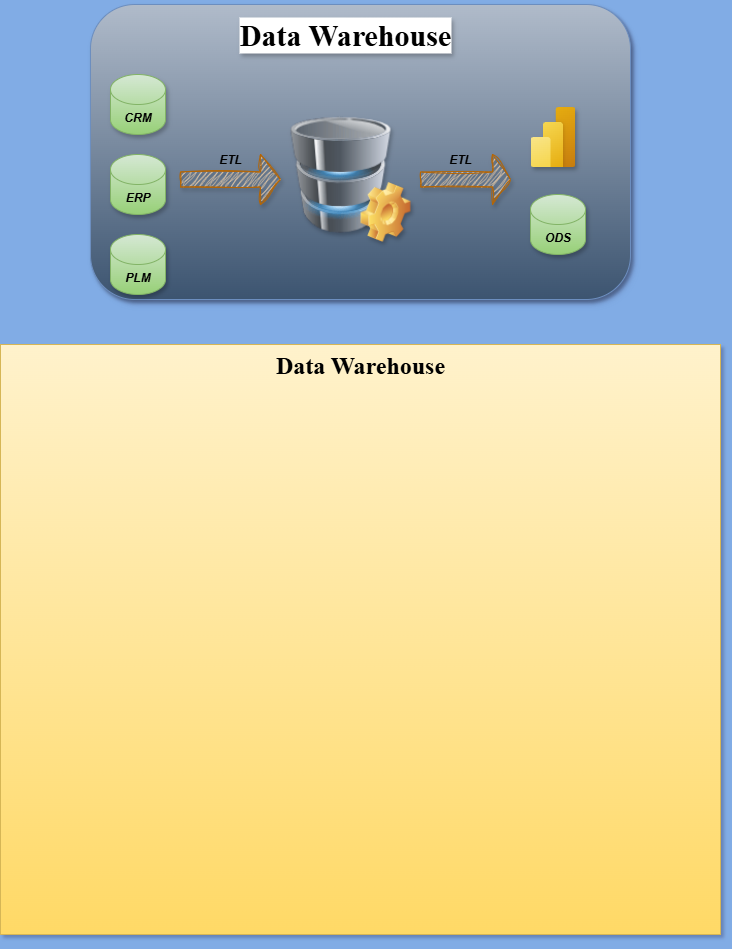
This is Data_Warehouse.drawio.png from adityaanand355/ad-data-docs, a draw.io export, as it was before one commit. Source tidied: cells renumbered, new cells last; positions are measured from the earlier drawing's top-left corner, leaving out a move shared by most shapes.
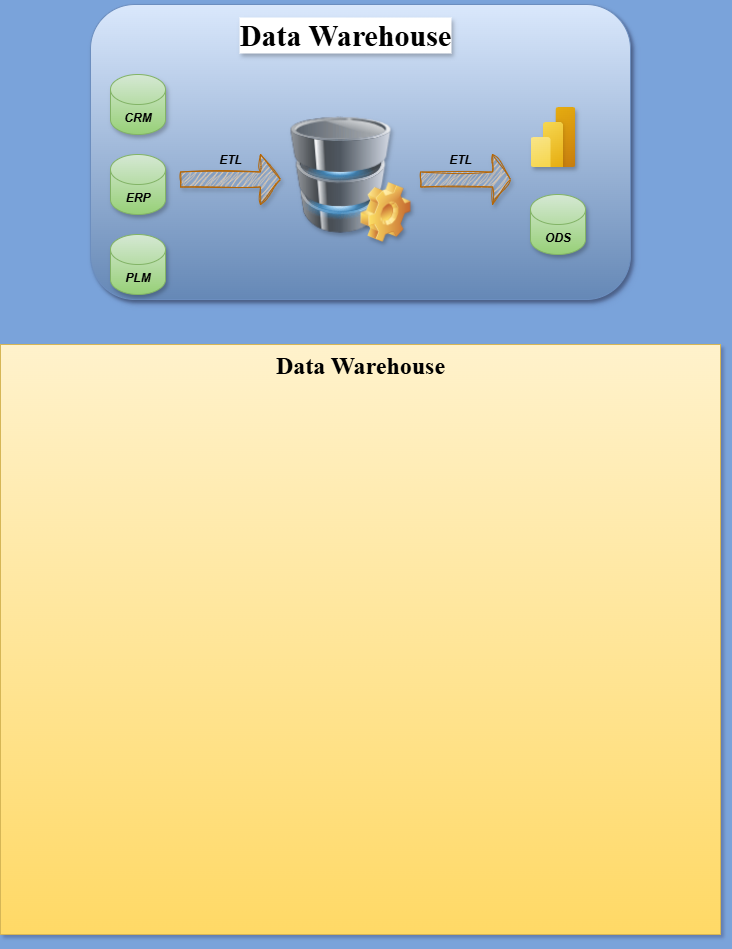
After the change.

The edit, as a diff of the source:
```diff
@@ -1,8 +1,8 @@
-<mxGraphModel background="light-dark(#81ACE5,#5E5B08)" shadow="1">
+<mxGraphModel background="light-dark(#7AA3DA,#5E5B08)" shadow="1">
   <root>
     <mxCell id="0" />
     <mxCell id="1" parent="0" />
-    <mxCell id="2" style="rounded=1;whiteSpace=wrap;html=1;fillColor=#B0BBCA;strokeColor=#6c8ebf;gradientColor=#3C5470;glass=0;shadow=1;" parent="1" vertex="1">
+    <mxCell id="2" style="rounded=1;whiteSpace=wrap;html=1;fillColor=#dae8fc;strokeColor=#6c8ebf;gradientColor=#6588B6;glass=0;shadow=1;" parent="1" vertex="1">
       <mxGeometry x="90" width="540" height="295" as="geometry" />
     </mxCell>
     <mxCell id="3" style="image;html=1;image=img/lib/clip_art/computers/Database_128x128.png;shadow=1;" parent="1" vertex="1">
```
